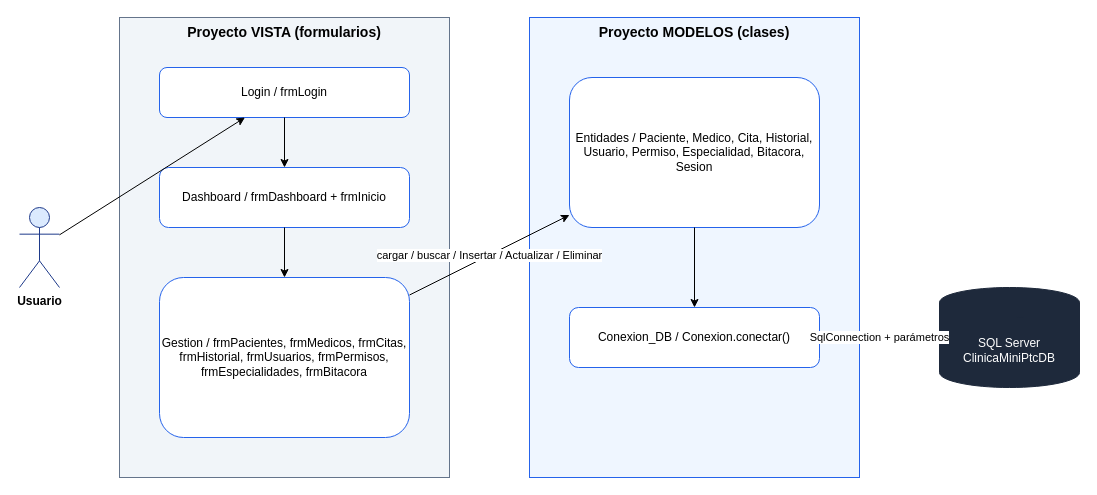
Above: page "Arquitectura MV" (5 of 5) of ClinicaMiniPtc/Documentacion/Diagramas_ClinicaMiniPtc.drawio in lefusotf/mini-ptc (draw.io), before the change. Source tidied: cells renumbered, new cells numbered last; positions are measured from the earlier drawing's top-left corner, leaving out a move shared by most shapes. Both pictures are drawn from the tidied source at 100%, with x=0, y=0 at pixel (19, 17).
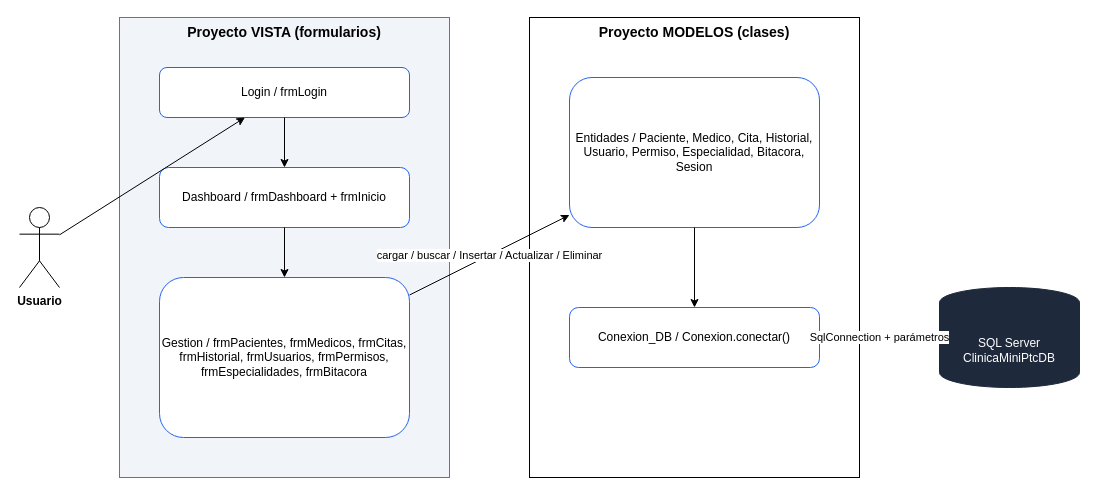
Above is the later version.

Diff of the diagram source:
```diff
@@
 <mxGraphModel>
   <root>
     <mxCell id="0" />
     <mxCell id="1" parent="0" />
-    <mxCell id="2" value="Usuario" style="shape=umlActor;verticalLabelPosition=bottom;verticalAlign=top;html=1;outlineConnect=0;fillColor=#DBEAFE;strokeColor=#1E3A8A;fontStyle=1;" parent="1" vertex="1">
+    <mxCell id="2" value="Usuario" style="shape=umlActor;verticalLabelPosition=bottom;verticalAlign=top;html=1;outlineConnect=0;fillColor=#FFFFFF;strokeColor=#000000;fontColor=#000000;fontStyle=1;" parent="1" vertex="1">
       <mxGeometry y="190" width="40" height="80" as="geometry" />
     </mxCell>
     <mxCell id="3" value="Proyecto VISTA (formularios)" style="rounded=0;whiteSpace=wrap;html=1;verticalAlign=top;fontStyle=1;fontSize=14;fillColor=#F1F5F9;strokeColor=#64748B;" parent="1" vertex="1">
       <mxGeometry x="100" width="330" height="460" as="geometry" />
     </mxCell>
     <mxCell id="4" value="Login / frmLogin" style="rounded=1;whiteSpace=wrap;html=1;fillColor=#FFFFFF;strokeColor=#2563EB;" parent="1" vertex="1">
       <mxGeometry x="140" y="50" width="250" height="50" as="geometry" />
     </mxCell>
     <mxCell id="5" value="Dashboard / frmDashboard + frmInicio" style="rounded=1;whiteSpace=wrap;html=1;fillColor=#FFFFFF;strokeColor=#2563EB;" parent="1" vertex="1">
       <mxGeometry x="140" y="150" width="250" height="60" as="geometry" />
     </mxCell>
     <mxCell id="6" value="Gestion / frmPacientes, frmMedicos, frmCitas, frmHistorial, frmUsuarios, frmPermisos, frmEspecialidades, frmBitacora" style="rounded=1;whiteSpace=wrap;html=1;fillColor=#FFFFFF;strokeColor=#2563EB;" parent="1" vertex="1">
       <mxGeometry x="140" y="260" width="250" height="160" as="geometry" />
     </mxCell>
-    <mxCell id="7" value="Proyecto MODELOS (clases)" style="rounded=0;whiteSpace=wrap;html=1;verticalAlign=top;fontStyle=1;fontSize=14;fillColor=#EFF6FF;strokeColor=#2563EB;" parent="1" vertex="1">
+    <mxCell id="7" value="Proyecto MODELOS (clases)" style="rounded=0;whiteSpace=wrap;html=1;verticalAlign=top;fontStyle=1;fontSize=14;fillColor=#FFFFFF;strokeColor=#000000;fontColor=#000000;" parent="1" vertex="1">
       <mxGeometry x="510" width="330" height="460" as="geometry" />
     </mxCell>
     <mxCell id="8" value="Entidades / Paciente, Medico, Cita, Historial, Usuario, Permiso, Especialidad, Bitacora, Sesion" style="rounded=1;whiteSpace=wrap;html=1;fillColor=#FFFFFF;strokeColor=#2563EB;" parent="1" vertex="1">
       <mxGeometry x="550" y="60" width="250" height="150" as="geometry" />
     </mxCell>
     <mxCell id="9" value="Conexion_DB / Conexion.conectar()" style="rounded=1;whiteSpace=wrap;html=1;fillColor=#FFFFFF;strokeColor=#2563EB;" parent="1" vertex="1">
       <mxGeometry x="550" y="290" width="250" height="60" as="geometry" />
     </mxCell>
     <mxCell id="10" value="SQL Server&lt;br&gt;ClinicaMiniPtcDB" style="shape=cylinder3;whiteSpace=wrap;html=1;boundedLbl=1;backgroundOutline=1;size=15;fillColor=#1E293B;fontColor=#FFFFFF;strokeColor=#1E293B;" parent="1" vertex="1">
       <mxGeometry x="920" y="270" width="140" height="100" as="geometry" />
     </mxCell>
     <mxCell id="11" style="endArrow=classic;html=1;" parent="1" edge="1" source="2" target="4">
       <mxGeometry relative="1" as="geometry" />
     </mxCell>
     <mxCell id="12" style="endArrow=classic;html=1;" parent="1" edge="1" source="4" target="5">
       <mxGeometry relative="1" as="geometry" />
     </mxCell>
     <mxCell id="13" style="endArrow=classic;html=1;" parent="1" edge="1" source="5" target="6">
       <mxGeometry relative="1" as="geometry" />
     </mxCell>
     <mxCell id="14" value="cargar / buscar / Insertar / Actualizar / Eliminar" style="endArrow=classic;html=1;" parent="1" edge="1" source="6" target="8">
       <mxGeometry relative="1" as="geometry" />
     </mxCell>
     <mxCell id="15" style="endArrow=classic;html=1;" parent="1" edge="1" source="8" target="9">
       <mxGeometry relative="1" as="geometry" />
     </mxCell>
     <mxCell id="16" value="SqlConnection + parámetros" style="endArrow=classic;html=1;" parent="1" edge="1" source="9" target="10">
       <mxGeometry relative="1" as="geometry" />
     </mxCell>
   </root>
 </mxGraphModel>
```
